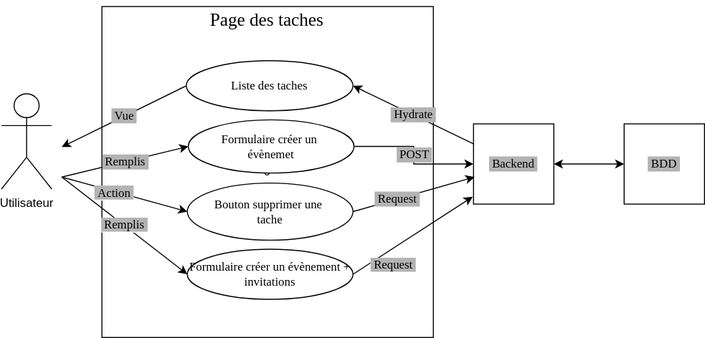
Above: Diagramme cas usage page taches.drawio.svg in JyjyStudio/Learn-Home-P10 (draw.io), before the change. Source tidied: cells renumbered, new cells last; positions are measured from the earlier drawing's top-left corner, leaving out a move shared by most shapes.
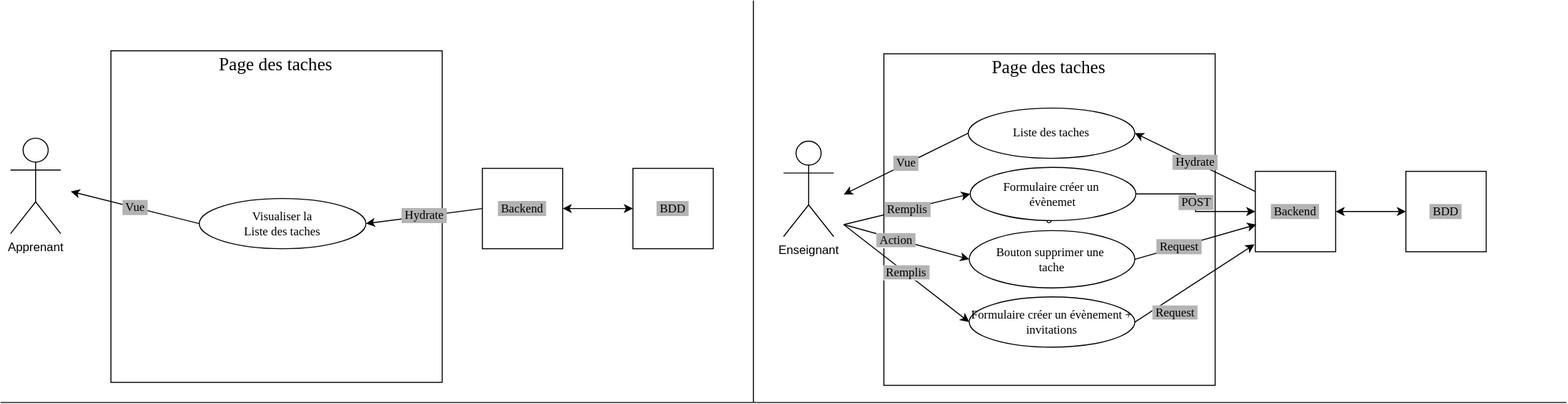
Above is the later version.

Commit message:
Fix : diagramme enseignant et diagramme apprenant

What changed in the source:
```diff
@@ -2,82 +2,123 @@
   <root>
     <mxCell id="0" />
     <mxCell id="1" parent="0" />
-    <mxCell id="2" value="Utilisateur" style="shape=umlActor;verticalLabelPosition=bottom;verticalAlign=top;html=1;" parent="1" vertex="1">
+    <mxCell id="2" value="Apprenant" style="shape=umlActor;verticalLabelPosition=bottom;verticalAlign=top;html=1;" parent="1" vertex="1">
       <mxGeometry y="93" width="50" height="95" as="geometry" />
     </mxCell>
-    <mxCell id="3" value="0" style="whiteSpace=wrap;html=1;" parent="1" vertex="1">
+    <mxCell id="3" style="whiteSpace=wrap;html=1;" parent="1" vertex="1">
       <mxGeometry x="100" y="6" width="330" height="330" as="geometry" />
     </mxCell>
     <mxCell id="4" value="&lt;font face=&quot;Tahoma&quot; style=&quot;font-size: 18px;&quot;&gt;Page des taches&lt;/font&gt;" style="text;html=1;align=center;verticalAlign=middle;strokeColor=none;fillColor=none;fontSize=18;fontStyle=0;" parent="1" vertex="1">
       <mxGeometry x="189" width="150" height="40" as="geometry" />
     </mxCell>
+    <mxCell id="12" value="&amp;nbsp;Backend&amp;nbsp;" style="whiteSpace=wrap;html=1;labelBackgroundColor=#B3B3B3;fontFamily=Tahoma;fontSize=12;" parent="1" vertex="1">
+      <mxGeometry x="470" y="123" width="80" height="80" as="geometry" />
+    </mxCell>
+    <mxCell id="13" value="&amp;nbsp;BDD&amp;nbsp;" style="whiteSpace=wrap;html=1;labelBackgroundColor=#B3B3B3;fontFamily=Tahoma;fontSize=12;" parent="1" vertex="1">
+      <mxGeometry x="620" y="123" width="80" height="80" as="geometry" />
+    </mxCell>
+    <mxCell id="14" style="endArrow=classic;startArrow=classic;html=1;rounded=0;labelBackgroundColor=#B3B3B3;fontFamily=Tahoma;fontSize=12;entryX=0;entryY=0.5;entryDx=0;entryDy=0;exitX=1;exitY=0.5;exitDx=0;exitDy=0;" parent="1" edge="1" source="12" target="13">
+      <mxGeometry relative="1" as="geometry" />
+    </mxCell>
+    <mxCell id="20" value="Visualiser la &lt;br&gt;Liste des taches" style="ellipse;whiteSpace=wrap;html=1;fontFamily=Tahoma;" parent="1" vertex="1">
+      <mxGeometry x="188" y="153" width="166" height="50" as="geometry" />
+    </mxCell>
+    <mxCell id="21" value="&amp;nbsp;Vue&amp;nbsp;" style="endArrow=classic;html=1;rounded=0;labelBackgroundColor=#B3B3B3;fontFamily=Tahoma;fontSize=12;exitX=0;exitY=0.5;exitDx=0;exitDy=0;" parent="1" edge="1" source="20">
+      <mxGeometry relative="1" as="geometry">
+        <mxPoint x="60" y="146" as="targetPoint" />
+      </mxGeometry>
+    </mxCell>
+    <mxCell id="22" value="&amp;nbsp;Hydrate&amp;nbsp;" style="endArrow=classic;html=1;rounded=0;labelBackgroundColor=#B3B3B3;fontFamily=Tahoma;fontSize=12;entryX=1;entryY=0.5;entryDx=0;entryDy=0;exitX=0;exitY=0.5;exitDx=0;exitDy=0;" parent="1" edge="1" source="12" target="20">
+      <mxGeometry relative="1" as="geometry" />
+    </mxCell>
+    <mxCell id="23" value="Enseignant" style="shape=umlActor;verticalLabelPosition=bottom;verticalAlign=top;html=1;" parent="1" vertex="1">
+      <mxGeometry x="770" y="96" width="50" height="95" as="geometry" />
+    </mxCell>
+    <mxCell id="24" value="0" style="whiteSpace=wrap;html=1;" parent="1" vertex="1">
+      <mxGeometry x="870" y="9" width="330" height="330" as="geometry" />
+    </mxCell>
+    <mxCell id="25" value="&lt;font face=&quot;Tahoma&quot; style=&quot;font-size: 18px;&quot;&gt;Page des taches&lt;/font&gt;" style="text;html=1;align=center;verticalAlign=middle;strokeColor=none;fillColor=none;fontSize=18;fontStyle=0;" parent="1" vertex="1">
+      <mxGeometry x="959" y="3" width="150" height="40" as="geometry" />
+    </mxCell>
     <mxCell id="5" value="Formulaire créer un&amp;nbsp;&lt;br&gt;évènemet" style="ellipse;whiteSpace=wrap;html=1;fontFamily=Tahoma;" parent="1" vertex="1">
-      <mxGeometry x="186" y="119" width="165" height="53" as="geometry" />
+      <mxGeometry x="956" y="122" width="165" height="53" as="geometry" />
     </mxCell>
     <mxCell id="6" value="Bouton supprimer une&amp;nbsp;&lt;br&gt;tache" style="ellipse;whiteSpace=wrap;html=1;fontFamily=Tahoma;" parent="1" vertex="1">
-      <mxGeometry x="185" y="182" width="165" height="57" as="geometry" />
+      <mxGeometry x="955" y="185" width="165" height="57" as="geometry" />
     </mxCell>
     <mxCell id="7" value="Formulaire créer un évènement + invitations" style="ellipse;whiteSpace=wrap;html=1;fontFamily=Tahoma;" parent="1" vertex="1">
-      <mxGeometry x="185" y="248" width="165" height="50" as="geometry" />
+      <mxGeometry x="955" y="251" width="165" height="50" as="geometry" />
     </mxCell>
-    <mxCell id="8" style="endArrow=classic;html=1;rounded=0;fontFamily=Tahoma;fontSize=12;entryX=0;entryY=0.5;entryDx=0;entryDy=0;" parent="1" edge="1" target="6">
-      <mxGeometry relative="1" as="geometry">
-        <mxPoint x="60" y="176" as="sourcePoint" />
-      </mxGeometry>
-    </mxCell>
+    <mxCell id="26" style="endArrow=classic;html=1;rounded=0;fontFamily=Tahoma;fontSize=12;entryX=0;entryY=0.5;entryDx=0;entryDy=0;" parent="1" edge="1" target="6">
+      <mxGeometry relative="1" as="geometry">
+        <mxPoint x="830" y="179" as="sourcePoint" />
+      </mxGeometry>
+    </mxCell>
-    <mxCell id="9" value="&lt;span style=&quot;background-color: rgb(179, 179, 179);&quot;&gt;&amp;nbsp;Action&amp;nbsp;&lt;/span&gt;" style="edgeLabel;html=1;align=center;verticalAlign=middle;fontSize=12;fontFamily=Tahoma;" parent="8" vertex="1">
+    <mxCell id="9" value="&lt;span style=&quot;background-color: rgb(179, 179, 179);&quot;&gt;&amp;nbsp;Action&amp;nbsp;&lt;/span&gt;" style="edgeLabel;html=1;align=center;verticalAlign=middle;fontSize=12;fontFamily=Tahoma;" parent="26" vertex="1">
       <mxGeometry x="-0.16" y="-1" relative="1" as="geometry" />
     </mxCell>
     <mxCell id="10" value="&lt;span style=&quot;background-color: rgb(179, 179, 179);&quot;&gt;&amp;nbsp;Remplis&amp;nbsp;&lt;/span&gt;" style="endArrow=classic;html=1;rounded=0;fontFamily=Tahoma;fontSize=12;entryX=0;entryY=0.5;entryDx=0;entryDy=0;" parent="1" edge="1" target="7">
       <mxGeometry relative="1" as="geometry">
-        <mxPoint x="60" y="176" as="sourcePoint" />
+        <mxPoint x="830" y="179" as="sourcePoint" />
       </mxGeometry>
     </mxCell>
-    <mxCell id="11" value="&amp;nbsp;POST&amp;nbsp;" style="edgeStyle=orthogonalEdgeStyle;rounded=0;jettySize=auto;html=1;exitX=1;exitY=0.5;exitDx=0;exitDy=0;labelBackgroundColor=#B3B3B3;fontFamily=Tahoma;fontSize=12;entryX=0;entryY=0.5;entryDx=0;entryDy=0;" parent="1" edge="1" source="5" target="12">
+    <mxCell id="11" value="&amp;nbsp;POST&amp;nbsp;" style="edgeStyle=orthogonalEdgeStyle;rounded=0;jettySize=auto;html=1;exitX=1;exitY=0.5;exitDx=0;exitDy=0;labelBackgroundColor=#B3B3B3;fontFamily=Tahoma;fontSize=12;entryX=0;entryY=0.5;entryDx=0;entryDy=0;" parent="1" edge="1" source="5" target="27">
       <mxGeometry relative="1" as="geometry" />
     </mxCell>
-    <mxCell id="12" value="&amp;nbsp;Backend&amp;nbsp;" style="whiteSpace=wrap;html=1;labelBackgroundColor=#B3B3B3;fontFamily=Tahoma;fontSize=12;" parent="1" vertex="1">
-      <mxGeometry x="470" y="123" width="80" height="80" as="geometry" />
-    </mxCell>
-    <mxCell id="13" value="&amp;nbsp;BDD&amp;nbsp;" style="whiteSpace=wrap;html=1;labelBackgroundColor=#B3B3B3;fontFamily=Tahoma;fontSize=12;" parent="1" vertex="1">
-      <mxGeometry x="620" y="123" width="80" height="80" as="geometry" />
-    </mxCell>
-    <mxCell id="14" style="endArrow=classic;startArrow=classic;html=1;rounded=0;labelBackgroundColor=#B3B3B3;fontFamily=Tahoma;fontSize=12;entryX=0;entryY=0.5;entryDx=0;entryDy=0;exitX=1;exitY=0.5;exitDx=0;exitDy=0;" parent="1" edge="1" source="12" target="13">
-      <mxGeometry relative="1" as="geometry" />
-    </mxCell>
-    <mxCell id="15" style="endArrow=classic;html=1;rounded=0;labelBackgroundColor=#B3B3B3;fontFamily=Tahoma;fontSize=12;exitX=1;exitY=0.5;exitDx=0;exitDy=0;entryX=-0.01;entryY=0.908;entryDx=0;entryDy=0;entryPerimeter=0;" parent="1" edge="1" source="7" target="12">
-      <mxGeometry relative="1" as="geometry" />
-    </mxCell>
+    <mxCell id="27" value="&amp;nbsp;Backend&amp;nbsp;" style="whiteSpace=wrap;html=1;labelBackgroundColor=#B3B3B3;fontFamily=Tahoma;fontSize=12;" parent="1" vertex="1">
+      <mxGeometry x="1240" y="126" width="80" height="80" as="geometry" />
+    </mxCell>
+    <mxCell id="28" value="&amp;nbsp;BDD&amp;nbsp;" style="whiteSpace=wrap;html=1;labelBackgroundColor=#B3B3B3;fontFamily=Tahoma;fontSize=12;" parent="1" vertex="1">
+      <mxGeometry x="1390" y="126" width="80" height="80" as="geometry" />
+    </mxCell>
+    <mxCell id="29" style="endArrow=classic;startArrow=classic;html=1;rounded=0;labelBackgroundColor=#B3B3B3;fontFamily=Tahoma;fontSize=12;entryX=0;entryY=0.5;entryDx=0;entryDy=0;exitX=1;exitY=0.5;exitDx=0;exitDy=0;" parent="1" edge="1" source="27" target="28">
+      <mxGeometry relative="1" as="geometry" />
+    </mxCell>
+    <mxCell id="30" style="endArrow=classic;html=1;rounded=0;labelBackgroundColor=#B3B3B3;fontFamily=Tahoma;fontSize=12;exitX=1;exitY=0.5;exitDx=0;exitDy=0;entryX=-0.01;entryY=0.908;entryDx=0;entryDy=0;entryPerimeter=0;" parent="1" edge="1" source="7" target="27">
+      <mxGeometry relative="1" as="geometry" />
+    </mxCell>
-    <mxCell id="16" value="&lt;span style=&quot;background-color: rgb(179, 179, 179);&quot;&gt;&amp;nbsp;Request&amp;nbsp;&lt;/span&gt;" style="edgeLabel;html=1;align=center;verticalAlign=middle;fontSize=12;fontFamily=Tahoma;" parent="15" vertex="1">
+    <mxCell id="16" value="&lt;span style=&quot;background-color: rgb(179, 179, 179);&quot;&gt;&amp;nbsp;Request&amp;nbsp;&lt;/span&gt;" style="edgeLabel;html=1;align=center;verticalAlign=middle;fontSize=12;fontFamily=Tahoma;" parent="30" vertex="1">
       <mxGeometry x="-0.2" y="-5" relative="1" as="geometry">
         <mxPoint x="-11" y="17" as="offset" />
       </mxGeometry>
     </mxCell>
-    <mxCell id="17" style="endArrow=classic;html=1;rounded=0;labelBackgroundColor=#B3B3B3;fontFamily=Tahoma;fontSize=12;exitX=1;exitY=0.5;exitDx=0;exitDy=0;" parent="1" edge="1" source="6">
-      <mxGeometry relative="1" as="geometry">
-        <mxPoint x="471" y="176" as="targetPoint" />
-      </mxGeometry>
-    </mxCell>
+    <mxCell id="31" style="endArrow=classic;html=1;rounded=0;labelBackgroundColor=#B3B3B3;fontFamily=Tahoma;fontSize=12;exitX=1;exitY=0.5;exitDx=0;exitDy=0;" parent="1" edge="1" source="6">
+      <mxGeometry relative="1" as="geometry">
+        <mxPoint x="1241" y="179" as="targetPoint" />
+      </mxGeometry>
+    </mxCell>
-    <mxCell id="18" value="&amp;nbsp;Request&amp;nbsp;" style="edgeLabel;html=1;align=center;verticalAlign=middle;fontSize=12;fontFamily=Tahoma;labelBackgroundColor=#B3B3B3;" parent="17" vertex="1">
+    <mxCell id="18" value="&amp;nbsp;Request&amp;nbsp;" style="edgeLabel;html=1;align=center;verticalAlign=middle;fontSize=12;fontFamily=Tahoma;labelBackgroundColor=#B3B3B3;" parent="31" vertex="1">
       <mxGeometry x="0.18" y="-4" relative="1" as="geometry">
         <mxPoint x="-29" y="3" as="offset" />
       </mxGeometry>
     </mxCell>
     <mxCell id="19" value="&amp;nbsp;Remplis&amp;nbsp;" style="endArrow=classic;html=1;rounded=0;labelBackgroundColor=#B3B3B3;fontFamily=Tahoma;fontSize=12;entryX=0;entryY=0.5;entryDx=0;entryDy=0;" parent="1" edge="1" target="5">
       <mxGeometry relative="1" as="geometry">
-        <mxPoint x="60" y="176" as="sourcePoint" />
+        <mxPoint x="830" y="179" as="sourcePoint" />
       </mxGeometry>
     </mxCell>
-    <mxCell id="20" value="Liste des taches" style="ellipse;whiteSpace=wrap;html=1;fontFamily=Tahoma;" parent="1" vertex="1">
-      <mxGeometry x="184" y="60" width="166" height="50" as="geometry" />
-    </mxCell>
-    <mxCell id="21" value="&amp;nbsp;Vue&amp;nbsp;" style="endArrow=classic;html=1;rounded=0;labelBackgroundColor=#B3B3B3;fontFamily=Tahoma;fontSize=12;exitX=0;exitY=0.5;exitDx=0;exitDy=0;" parent="1" edge="1" source="20">
-      <mxGeometry relative="1" as="geometry">
-        <mxPoint x="60" y="146" as="targetPoint" />
-      </mxGeometry>
-    </mxCell>
-    <mxCell id="22" value="&amp;nbsp;Hydrate&amp;nbsp;" style="endArrow=classic;html=1;rounded=0;labelBackgroundColor=#B3B3B3;fontFamily=Tahoma;fontSize=12;entryX=1;entryY=0.5;entryDx=0;entryDy=0;exitX=0;exitY=0.25;exitDx=0;exitDy=0;" parent="1" edge="1" source="12" target="20">
-      <mxGeometry relative="1" as="geometry" />
-    </mxCell>
+    <mxCell id="32" value="Liste des taches" style="ellipse;whiteSpace=wrap;html=1;fontFamily=Tahoma;" parent="1" vertex="1">
+      <mxGeometry x="954" y="63" width="166" height="50" as="geometry" />
+    </mxCell>
+    <mxCell id="33" value="&amp;nbsp;Vue&amp;nbsp;" style="endArrow=classic;html=1;rounded=0;labelBackgroundColor=#B3B3B3;fontFamily=Tahoma;fontSize=12;exitX=0;exitY=0.5;exitDx=0;exitDy=0;" parent="1" edge="1" source="32">
+      <mxGeometry relative="1" as="geometry">
+        <mxPoint x="830" y="149" as="targetPoint" />
+      </mxGeometry>
+    </mxCell>
+    <mxCell id="34" value="&amp;nbsp;Hydrate&amp;nbsp;" style="endArrow=classic;html=1;rounded=0;labelBackgroundColor=#B3B3B3;fontFamily=Tahoma;fontSize=12;entryX=1;entryY=0.5;entryDx=0;entryDy=0;exitX=0;exitY=0.25;exitDx=0;exitDy=0;" parent="1" edge="1" source="27" target="32">
+      <mxGeometry relative="1" as="geometry" />
+    </mxCell>
+    <mxCell id="35" style="endArrow=none;html=1;rounded=0;" parent="1" edge="1">
+      <mxGeometry relative="1" as="geometry">
+        <mxPoint x="740" y="356" as="sourcePoint" />
+        <mxPoint x="740" y="-44" as="targetPoint" />
+      </mxGeometry>
+    </mxCell>
+    <mxCell id="36" style="endArrow=none;html=1;rounded=0;" parent="1" edge="1">
+      <mxGeometry relative="1" as="geometry">
+        <mxPoint x="-10" y="356" as="sourcePoint" />
+        <mxPoint x="1550" y="356" as="targetPoint" />
+      </mxGeometry>
+    </mxCell>
   </root>
 </mxGraphModel>
```
